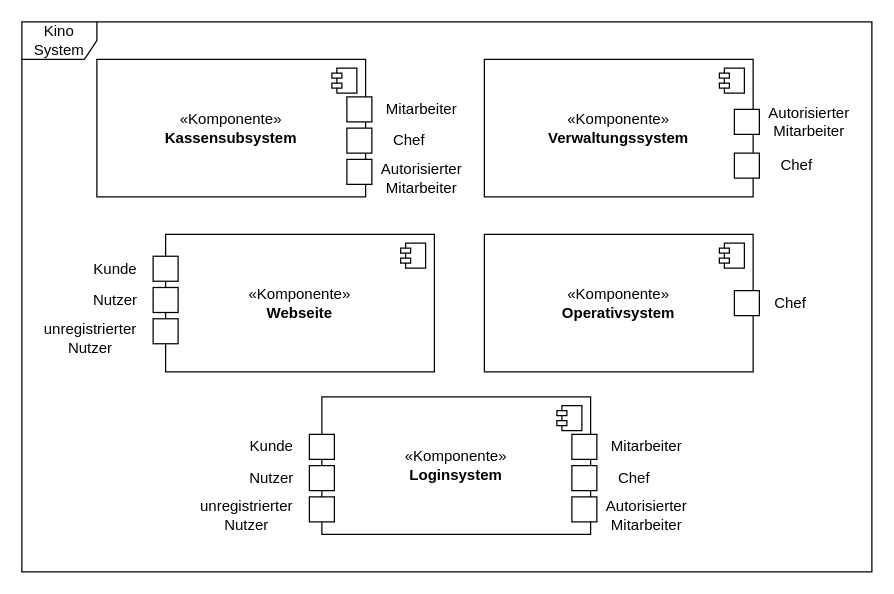
Leonard0108/Anwendungsprogrammierung keeps this draw.io diagram as src/main/asciidoc/models/analysis/Kontext/Kontext.drawio. Above is the earlier version. Source tidied: cells renumbered, new cells numbered last; positions are measured from the earlier drawing's top-left corner, leaving out a move shared by most shapes. Both pictures are drawn from the tidied source at 125%, with x=0, y=0 at pixel (21, 21).
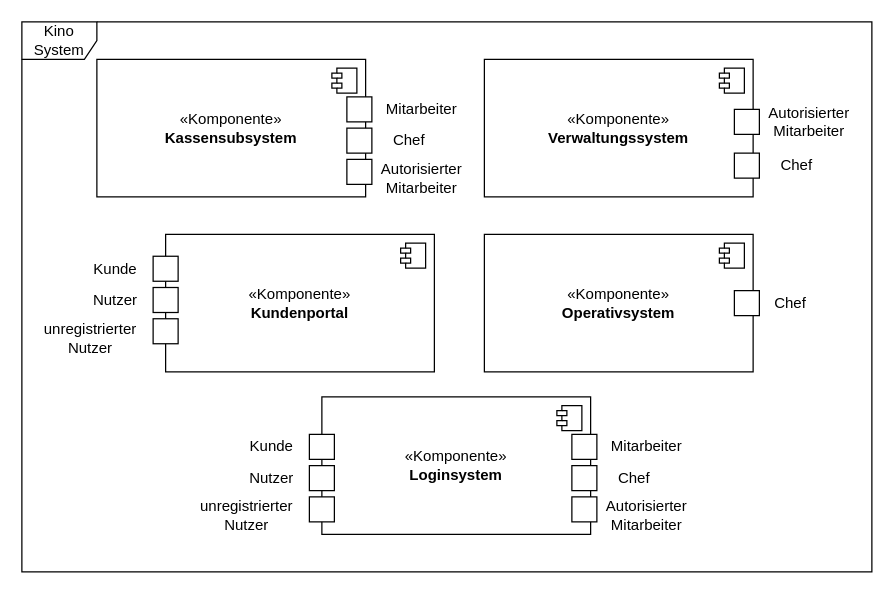
After the change.

Commit message (it also covers changes not shown here):
Webseite -> Kundenportal

Unchanged cells that the change refers to:
```xml
<mxCell id="30" style="group;" parent="1" vertex="1">
  <mxGeometry x="25" y="170" width="305" height="110" as="geometry" />
</mxCell>
```

The edit, as a diff of the source:
```diff
@@
-    <mxCell id="31" value="«Komponente»&lt;br&gt;&lt;b&gt;Webseite&lt;/b&gt;" style="html=1;whiteSpace=wrap;" parent="30" vertex="1">
+    <mxCell id="31" value="«Komponente»&lt;br&gt;&lt;b&gt;Kundenportal&lt;/b&gt;" style="html=1;whiteSpace=wrap;" parent="30" vertex="1">
       <mxGeometry x="90" width="215" height="110" as="geometry" />
     </mxCell>
```
